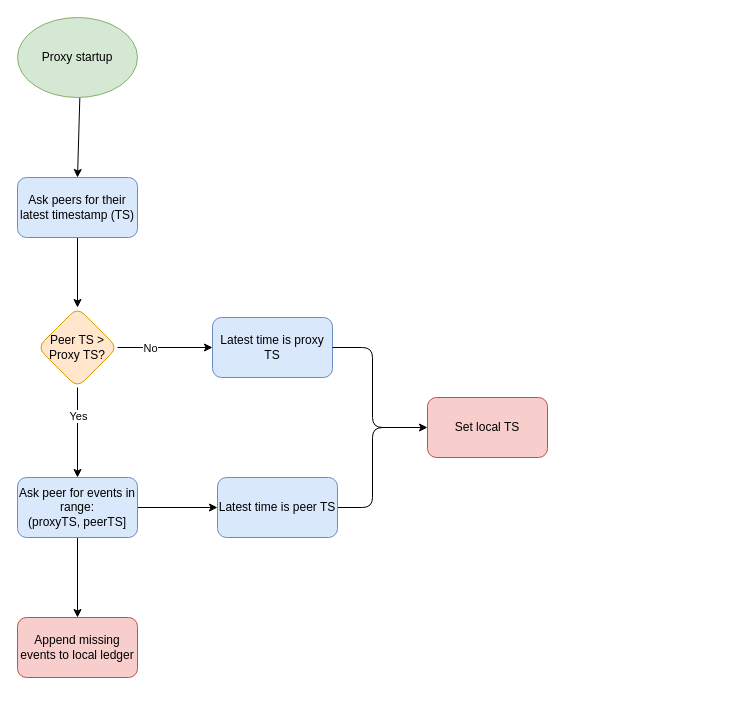
bgunson/as keeps this draw.io diagram as docs/syncronization/timesync.drawio. Above is the earlier version. Source tidied: cells renumbered, new cells numbered last; positions are measured from the earlier drawing's top-left corner, leaving out a move shared by most shapes. Both pictures are drawn from the tidied source at 100%, with x=0, y=0 at pixel (17, 17).
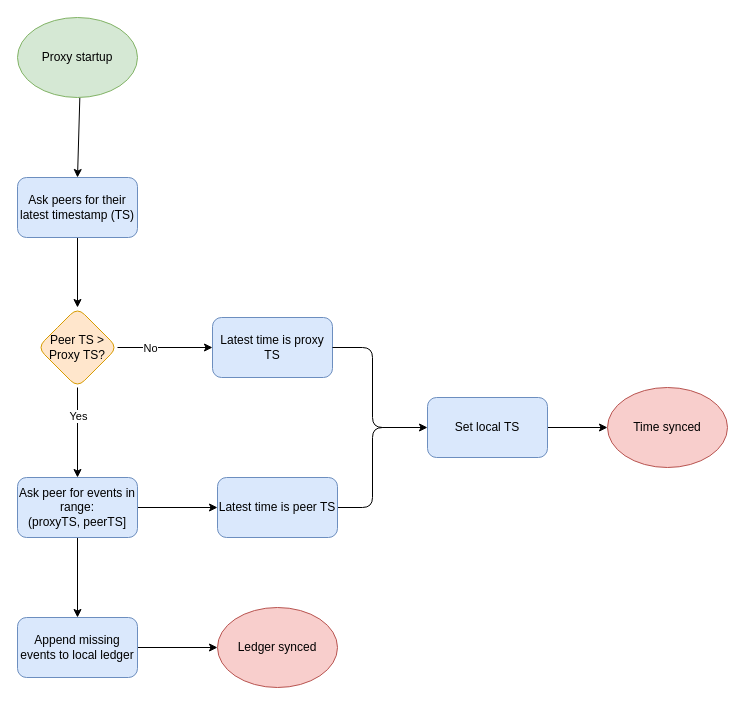
The same page after the edit.

What changed in the source:
```diff
@@
+    <mxCell id="20" style="edgeStyle=orthogonalEdgeStyle;rounded=0;jettySize=auto;html=1;" parent="1" edge="1" source="15" target="23">
+      <mxGeometry relative="1" as="geometry" />
+    </mxCell>
-    <mxCell id="15" value="Append missing events to local ledger" style="whiteSpace=wrap;html=1;fillColor=#f8cecc;strokeColor=#b85450;rounded=1;" parent="1" vertex="1">
+    <mxCell id="15" value="Append missing events to local ledger" style="whiteSpace=wrap;html=1;fillColor=#dae8fc;strokeColor=#6c8ebf;rounded=1;" parent="1" vertex="1">
       <mxGeometry y="600" width="120" height="60" as="geometry" />
     </mxCell>
@@
+    <mxCell id="21" style="edgeStyle=orthogonalEdgeStyle;rounded=0;jettySize=auto;html=1;" parent="1" edge="1" source="19" target="22">
+      <mxGeometry relative="1" as="geometry" />
+    </mxCell>
-    <mxCell id="19" value="Set local TS" style="rounded=1;whiteSpace=wrap;html=1;fillColor=#f8cecc;strokeColor=#b85450;" parent="1" vertex="1">
+    <mxCell id="19" value="Set local TS" style="rounded=1;whiteSpace=wrap;html=1;fillColor=#dae8fc;strokeColor=#6c8ebf;" parent="1" vertex="1">
       <mxGeometry x="410" y="380" width="120" height="60" as="geometry" />
     </mxCell>
+    <mxCell id="22" value="Time synced" style="ellipse;whiteSpace=wrap;html=1;fillColor=#f8cecc;strokeColor=#b85450;rounded=1;" parent="1" vertex="1">
+      <mxGeometry x="590" y="370" width="120" height="80" as="geometry" />
+    </mxCell>
+    <mxCell id="23" value="Ledger synced" style="ellipse;whiteSpace=wrap;html=1;fillColor=#f8cecc;strokeColor=#b85450;rounded=1;" parent="1" vertex="1">
+      <mxGeometry x="200" y="590" width="120" height="80" as="geometry" />
+    </mxCell>
```
